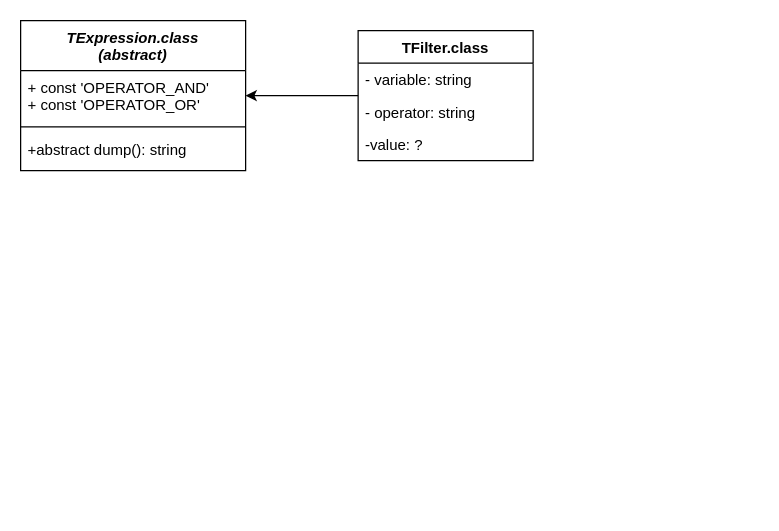
heitorzunta/estudo_designer_pattern_ADO_PHP keeps this draw.io diagram as Designer_Pattern_ADO.drawio. Above is the earlier version. Source tidied: cells renumbered, new cells numbered last; positions are measured from the earlier drawing's top-left corner, leaving out a move shared by most shapes. Both pictures are drawn from the tidied source at 125%, with x=0, y=0 at pixel (20, 20).
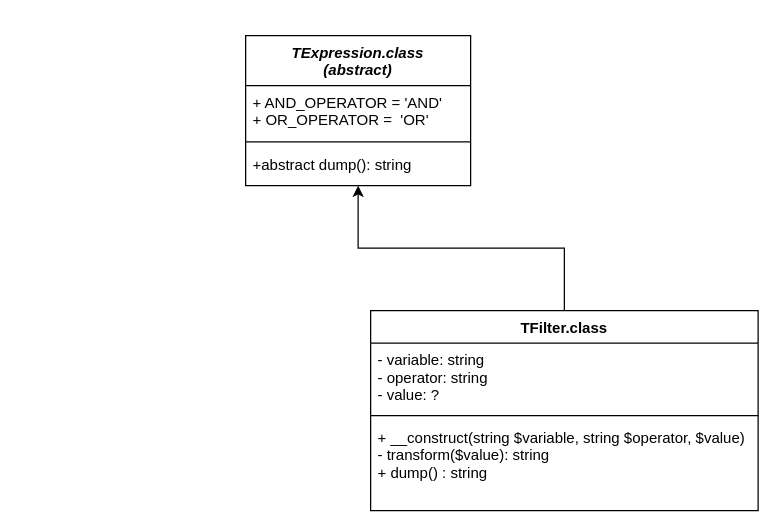
The same diagram, later.

Change to the diagram source:
```diff
@@
 <mxGraphModel>
   <root>
     <mxCell id="0" />
     <mxCell id="1" parent="0" />
     <mxCell id="2" value="TExpression.class&#10;(abstract)" style="swimlane;fontStyle=3;align=center;verticalAlign=top;horizontal=1;startSize=40;" parent="1" vertex="1">
-      <mxGeometry width="180" height="120" as="geometry" />
+      <mxGeometry x="180" y="12" width="180" height="120" as="geometry" />
     </mxCell>
-    <mxCell id="3" value="+ const 'OPERATOR_AND'&#10;+ const 'OPERATOR_OR'" style="text;strokeColor=none;fillColor=none;align=left;verticalAlign=top;spacingLeft=4;spacingRight=4;overflow=hidden;points=[[0,0.5],[1,0.5]];portConstraint=eastwest;" parent="2" vertex="1">
+    <mxCell id="3" value="+ AND_OPERATOR = 'AND'&#10;+ OR_OPERATOR =  'OR'" style="text;strokeColor=none;fillColor=none;align=left;verticalAlign=top;spacingLeft=4;spacingRight=4;overflow=hidden;points=[[0,0.5],[1,0.5]];portConstraint=eastwest;" parent="2" vertex="1">
       <mxGeometry y="40" width="180" height="40" as="geometry" />
     </mxCell>
     <mxCell id="4" style="line;strokeWidth=1;fillColor=none;align=left;verticalAlign=middle;spacingTop=-1;spacingLeft=3;spacingRight=3;labelPosition=right;" parent="2" vertex="1">
       <mxGeometry y="80" width="180" height="10" as="geometry" />
     </mxCell>
     <mxCell id="5" value="+abstract dump(): string" style="text;strokeColor=none;fillColor=none;align=left;verticalAlign=top;spacingLeft=4;spacingRight=4;overflow=hidden;" parent="2" vertex="1">
       <mxGeometry y="90" width="180" height="30" as="geometry" />
     </mxCell>
-    <mxCell id="6" style="edgeStyle=orthogonalEdgeStyle;rounded=0;jettySize=auto;html=1;entryX=1;entryY=0.5;entryDx=0;entryDy=0;" parent="1" edge="1" source="7" target="3">
-      <mxGeometry relative="1" as="geometry" />
-    </mxCell>
+    <mxCell id="11" style="edgeStyle=orthogonalEdgeStyle;rounded=0;jettySize=auto;html=1;entryX=0.5;entryY=1;entryDx=0;entryDy=0;" parent="1" edge="1" source="7" target="2">
+      <mxGeometry relative="1" as="geometry" />
+    </mxCell>
-    <mxCell id="7" value="TFilter.class" style="swimlane;fontStyle=1;horizontal=1;startSize=26;fillColor=none;" parent="1" vertex="1">
-      <mxGeometry x="270" y="8" width="140" height="104" as="geometry" />
+    <mxCell id="7" value="TFilter.class" style="swimlane;fontStyle=1;align=center;verticalAlign=top;horizontal=1;startSize=26;" parent="1" vertex="1">
+      <mxGeometry x="280" y="232" width="310" height="160" as="geometry" />
     </mxCell>
-    <mxCell id="8" value="- variable: string" style="text;strokeColor=none;fillColor=none;align=left;verticalAlign=top;spacingLeft=4;spacingRight=4;overflow=hidden;" parent="7" vertex="1">
-      <mxGeometry y="26" width="140" height="26" as="geometry" />
-    </mxCell>
-    <mxCell id="9" value="- operator: string" style="text;strokeColor=none;fillColor=none;align=left;verticalAlign=top;spacingLeft=4;spacingRight=4;overflow=hidden;" parent="7" vertex="1">
-      <mxGeometry y="52" width="140" height="26" as="geometry" />
-    </mxCell>
-    <mxCell id="10" value="-value: ?" style="text;strokeColor=none;fillColor=none;align=left;verticalAlign=top;spacingLeft=4;spacingRight=4;overflow=hidden;" parent="7" vertex="1">
-      <mxGeometry y="78" width="140" height="26" as="geometry" />
-    </mxCell>
+    <mxCell id="12" value="- variable: string&#10;- operator: string&#10;- value: ?" style="text;strokeColor=none;fillColor=none;align=left;verticalAlign=top;spacingLeft=4;spacingRight=4;overflow=hidden;" parent="7" vertex="1">
+      <mxGeometry y="26" width="310" height="54" as="geometry" />
+    </mxCell>
+    <mxCell id="13" style="line;strokeWidth=1;fillColor=none;align=left;verticalAlign=middle;spacingTop=-1;spacingLeft=3;spacingRight=3;labelPosition=right;" parent="7" vertex="1">
+      <mxGeometry y="80" width="310" height="8" as="geometry" />
+    </mxCell>
+    <mxCell id="14" value="+ __construct(string $variable, string $operator, $value)&#10;- transform($value): string&#10;+ dump() : string" style="text;strokeColor=none;fillColor=none;align=left;verticalAlign=top;spacingLeft=4;spacingRight=4;overflow=hidden;" parent="7" vertex="1">
+      <mxGeometry y="88" width="310" height="72" as="geometry" />
+    </mxCell>
   </root>
 </mxGraphModel>
```
